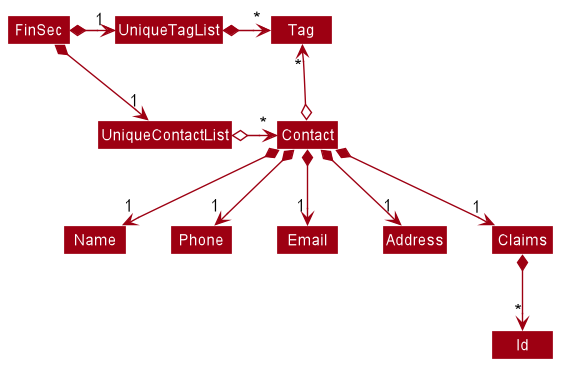
Earlier version of the PlantUML export images/BetterModelClassDiagram.png (AY1920S1-CS2103T-W12-1/main). Its diagram source:
```plantuml
@startuml








skinparam BackgroundColor #FFFFFFF

skinparam Shadowing false

skinparam Class {
    FontColor #FFFFFF
    BorderThickness 1
    BorderColor #FFFFFF
    StereotypeFontColor #FFFFFF
    FontName Arial
}

skinparam Actor {
    BorderColor #000000
    Color #000000
    FontName Arial
}

skinparam Sequence {
    MessageAlign center
    BoxFontSize 15
    BoxPadding 0
    BoxFontColor #FFFFFF
    FontName Arial
}

skinparam Participant {
    FontColor #FFFFFFF
    Padding 20
}

skinparam MinClassWidth 50
skinparam ParticipantPadding 10
skinparam Shadowing false
skinparam DefaultTextAlignment center
skinparam packageStyle Rectangle

hide footbox
hide members
hide circle
skinparam arrowThickness 1.1
skinparam arrowColor #9D0012
skinparam classBackgroundColor #9D0012

FinSec *-right-> "1" UniqueContactList
FinSec *-right-> "1" UniqueTagList
UniqueTagList -[hidden]down- UniqueContactList
UniqueTagList -[hidden]down- UniqueContactList

UniqueTagList *-right-> "*" Tag
UniqueContactList o-right-> "*" Contact

Contact o-up-> "*" Tag

Contact *--> "1" Name
Contact *--> "1" Phone
Contact *--> "1" Email
Contact *--> "1" Address
Contact *--> "1" Claims
Claims *--> "*" Id
@enduml
```
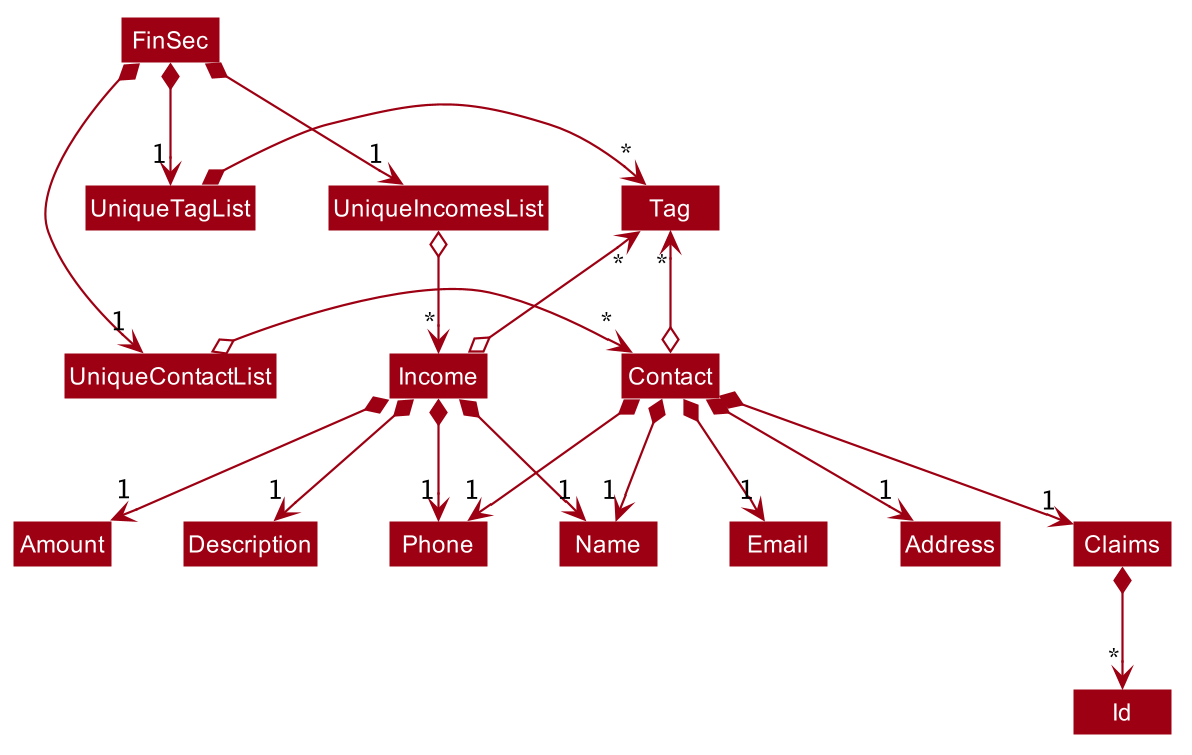
After the commit.

Diff of the diagram source:
```diff
@@ -17,6 +17,7 @@
     BorderColor #FFFFFF
     StereotypeFontColor #FFFFFF
     FontName Arial
+    MemberColor #FFFFFF
 }
 
 skinparam Actor {
@@ -53,18 +54,25 @@
 
 FinSec *-right-> "1" UniqueContactList
 FinSec *-right-> "1" UniqueTagList
+FinSec *-down-> "1" UniqueIncomesList
 UniqueTagList -[hidden]down- UniqueContactList
 UniqueTagList -[hidden]down- UniqueContactList
 
 UniqueTagList *-right-> "*" Tag
 UniqueContactList o-right-> "*" Contact
+UniqueIncomesList o-down-> "*" Income
 
 Contact o-up-> "*" Tag
-
+Income o-up-> "*" Tag
 Contact *--> "1" Name
 Contact *--> "1" Phone
 Contact *--> "1" Email
 Contact *--> "1" Address
 Contact *--> "1" Claims
 Claims *--> "*" Id
+Income *--> "1" Name
+Income *--> "1" Description
+Income *--> "1" Phone
+Income *--> "1" Amount
+
 @enduml
```
